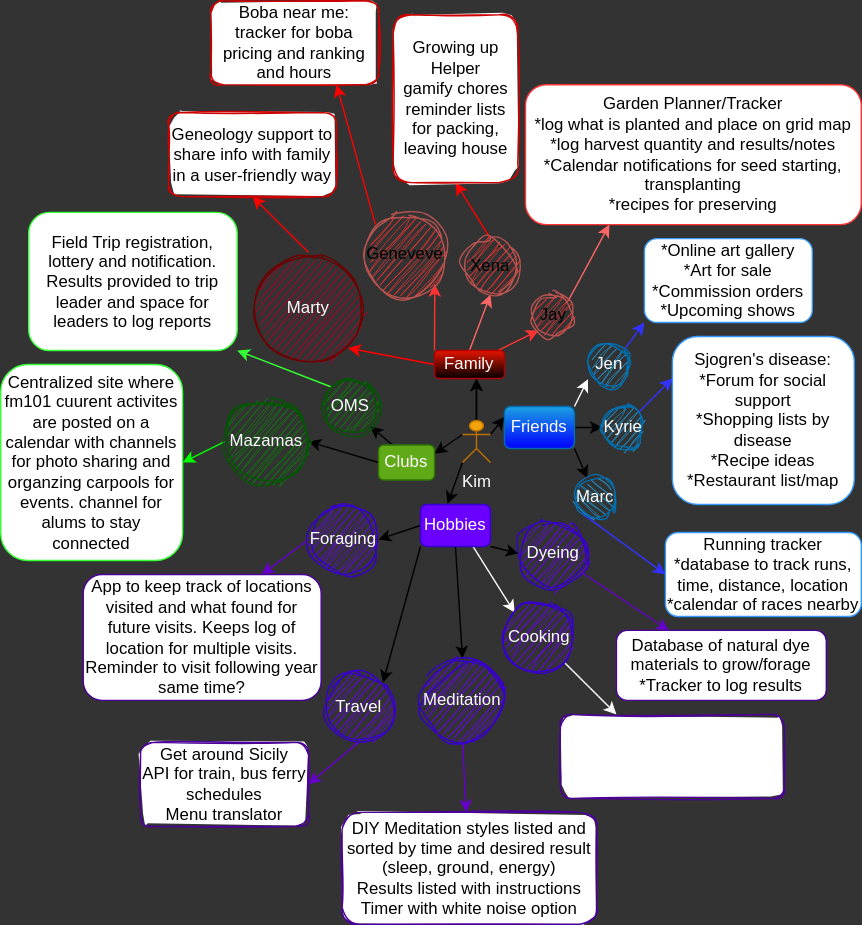
This is idea-board.drawio.svg from kimmykokonut/capstone-idea-board, a draw.io export, as it was before one commit. Source tidied: cells renumbered, new cells last; positions are measured from the earlier drawing's top-left corner, leaving out a move shared by most shapes.
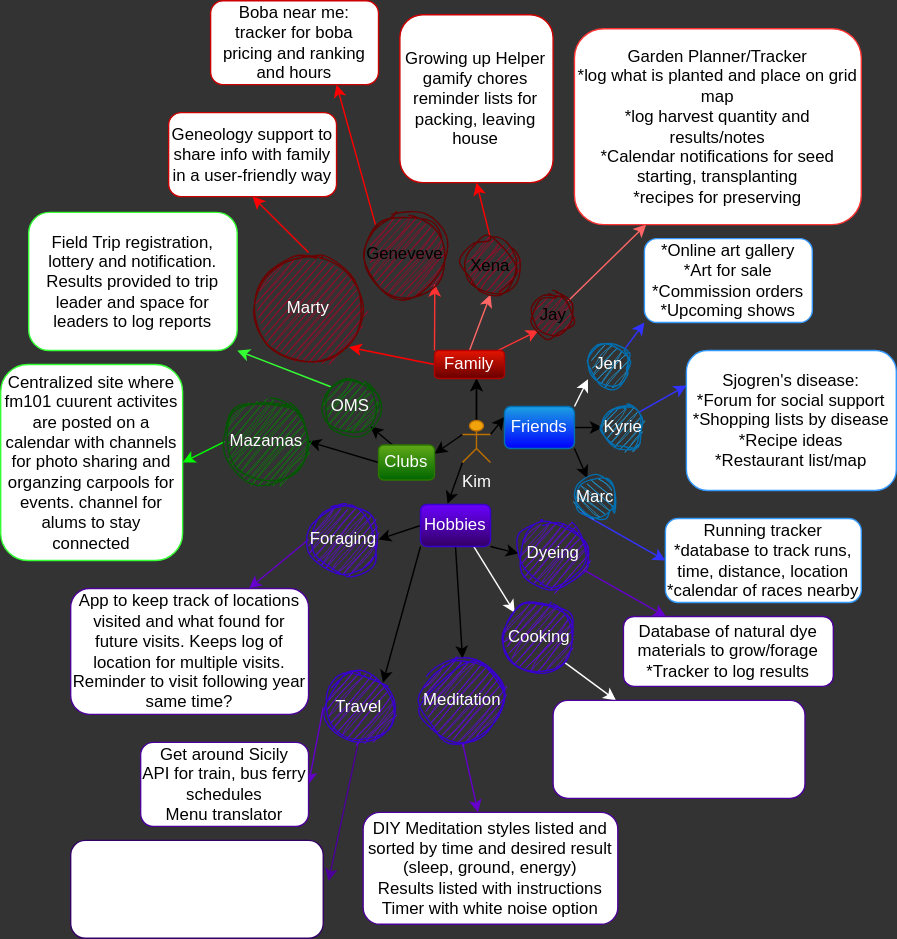
After the commit.

Commit message:
finalized idea board

Diff of the diagram source:
```diff
@@ -33,7 +33,7 @@
     <mxCell id="10" style="edgeStyle=none;rounded=1;html=1;exitX=0;exitY=0.5;exitDx=0;exitDy=0;entryX=1;entryY=0.5;entryDx=0;entryDy=0;" parent="1" edge="1" source="11" target="46">
       <mxGeometry relative="1" as="geometry" />
     </mxCell>
-    <mxCell id="11" value="Clubs" style="rounded=1;whiteSpace=wrap;html=1;fillColor=#60a917;strokeColor=#2D7600;fontColor=#ffffff;gradientColor=none;" parent="1" vertex="1">
+    <mxCell id="11" value="Clubs" style="rounded=1;whiteSpace=wrap;html=1;fillColor=#60a917;strokeColor=#2D7600;fontColor=#ffffff;gradientColor=#006600;" parent="1" vertex="1">
       <mxGeometry x="270" y="317.5" width="40" height="25" as="geometry" />
     </mxCell>
     <mxCell id="12" style="edgeStyle=none;rounded=1;html=1;exitX=0;exitY=0.5;exitDx=0;exitDy=0;entryX=1;entryY=0.5;entryDx=0;entryDy=0;" parent="1" edge="1" source="17" target="48">
@@ -48,10 +48,12 @@
     <mxCell id="15" style="edgeStyle=none;rounded=1;html=1;exitX=1;exitY=1;exitDx=0;exitDy=0;entryX=0;entryY=0.5;entryDx=0;entryDy=0;" parent="1" edge="1" source="17" target="51">
       <mxGeometry relative="1" as="geometry" />
     </mxCell>
-    <mxCell id="16" style="edgeStyle=none;rounded=1;html=1;exitX=0.75;exitY=1;exitDx=0;exitDy=0;entryX=0;entryY=0;entryDx=0;entryDy=0;strokeColor=#FFFFFF;fontColor=#FFFFFF;" parent="1" edge="1" source="17" target="67">
-      <mxGeometry relative="1" as="geometry" />
+    <mxCell id="16" style="edgeStyle=none;rounded=1;html=1;entryX=0;entryY=0;entryDx=0;entryDy=0;strokeColor=#FFFFFF;fontColor=#FFFFFF;" parent="1" edge="1" target="67">
+      <mxGeometry relative="1" as="geometry">
+        <mxPoint x="338" y="390" as="sourcePoint" />
+      </mxGeometry>
     </mxCell>
-    <mxCell id="17" value="Hobbies" style="rounded=1;whiteSpace=wrap;html=1;fillColor=#6a00ff;fontColor=#ffffff;strokeColor=#3700CC;shadow=0;glass=0;" parent="1" vertex="1">
+    <mxCell id="17" value="Hobbies" style="rounded=1;whiteSpace=wrap;html=1;fillColor=#6a00ff;fontColor=#ffffff;strokeColor=#3700CC;shadow=0;glass=0;gradientColor=#330066;" parent="1" vertex="1">
       <mxGeometry x="300" y="360" width="50" height="30" as="geometry" />
     </mxCell>
     <mxCell id="18" style="edgeStyle=none;html=1;exitX=1;exitY=0;exitDx=0;exitDy=0;entryX=-0.011;entryY=0.852;entryDx=0;entryDy=0;entryPerimeter=0;strokeColor=#FFFFFF;rounded=1;" parent="1" edge="1" source="21" target="28">
@@ -78,7 +80,7 @@
     <mxCell id="25" style="edgeStyle=none;rounded=1;html=1;exitX=0;exitY=0.5;exitDx=0;exitDy=0;entryX=1;entryY=1;entryDx=0;entryDy=0;strokeColor=#FF0000;" parent="1" edge="1" source="26" target="64">
       <mxGeometry relative="1" as="geometry" />
     </mxCell>
-    <mxCell id="26" value="Family" style="rounded=1;whiteSpace=wrap;html=1;fillColor=#e51400;fontColor=#ffffff;strokeColor=#B20000;gradientColor=default;" parent="1" vertex="1">
+    <mxCell id="26" value="Family" style="rounded=1;whiteSpace=wrap;html=1;fillColor=#e51400;fontColor=#ffffff;strokeColor=#B20000;gradientColor=#660000;" parent="1" vertex="1">
       <mxGeometry x="310" y="250" width="50" height="20" as="geometry" />
     </mxCell>
     <mxCell id="27" style="edgeStyle=none;html=1;exitX=1;exitY=0;exitDx=0;exitDy=0;entryX=0;entryY=1;entryDx=0;entryDy=0;strokeColor=#3333FF;rounded=1;" parent="1" edge="1" source="28" target="33">
@@ -103,30 +105,30 @@
       <mxGeometry x="460" y="170" width="120" height="60" as="geometry" />
     </mxCell>
     <mxCell id="34" value="Sjogren's disease:&lt;br&gt;*Forum for social support&lt;br&gt;*Shopping lists by disease&lt;br&gt;*Recipe ideas&lt;br&gt;*Restaurant list/map" style="rounded=1;whiteSpace=wrap;html=1;strokeColor=#3399FF;" parent="1" vertex="1">
-      <mxGeometry x="480" y="240" width="130" height="120" as="geometry" />
+      <mxGeometry x="490" y="250" width="150" height="100" as="geometry" />
     </mxCell>
     <mxCell id="35" value="Running tracker&lt;br&gt;*database to track runs, time, distance, location&lt;br&gt;*calendar of races nearby&lt;br&gt;" style="rounded=1;whiteSpace=wrap;html=1;strokeColor=#3399FF;" parent="1" vertex="1">
-      <mxGeometry x="475" y="380" width="140" height="60" as="geometry" />
+      <mxGeometry x="475" y="370" width="140" height="60" as="geometry" />
     </mxCell>
     <mxCell id="36" style="edgeStyle=none;html=1;exitX=1;exitY=0;exitDx=0;exitDy=0;entryX=0.25;entryY=1;entryDx=0;entryDy=0;strokeColor=#FF6666;rounded=1;" parent="1" edge="1" source="37" target="38">
       <mxGeometry relative="1" as="geometry" />
     </mxCell>
-    <mxCell id="37" value="Jay" style="ellipse;whiteSpace=wrap;html=1;fillColor=#FF3333;strokeColor=#b85450;gradientColor=none;rounded=1;sketch=1;curveFitting=1;jiggle=2;" parent="1" vertex="1">
+    <mxCell id="37" value="Jay" style="ellipse;whiteSpace=wrap;html=1;fillColor=#B50029;strokeColor=#660000;gradientColor=none;rounded=1;sketch=1;curveFitting=1;jiggle=2;" parent="1" vertex="1">
       <mxGeometry x="380" y="210" width="30" height="30" as="geometry" />
     </mxCell>
     <mxCell id="38" value="Garden Planner/Tracker&lt;br&gt;*log what is planted and place on grid map&lt;br&gt;*log harvest quantity and results/notes&lt;br&gt;*Calendar notifications for seed starting, transplanting&lt;br&gt;*recipes for preserving&lt;br&gt;" style="rounded=1;whiteSpace=wrap;html=1;strokeColor=#FF3333;" parent="1" vertex="1">
-      <mxGeometry x="375" y="60" width="240" height="100" as="geometry" />
+      <mxGeometry x="410" y="20" width="205" height="140" as="geometry" />
     </mxCell>
     <mxCell id="39" style="edgeStyle=none;rounded=1;html=1;exitX=0.5;exitY=0;exitDx=0;exitDy=0;entryX=0.5;entryY=1;entryDx=0;entryDy=0;strokeColor=#FF0000;" parent="1" edge="1" source="40" target="59">
       <mxGeometry relative="1" as="geometry" />
     </mxCell>
-    <mxCell id="40" value="Xena" style="ellipse;whiteSpace=wrap;html=1;labelBackgroundColor=none;labelBorderColor=none;gradientColor=none;fillColor=#FF3333;strokeColor=#b85450;rounded=1;sketch=1;curveFitting=1;jiggle=2;" parent="1" vertex="1">
+    <mxCell id="40" value="Xena" style="ellipse;whiteSpace=wrap;html=1;labelBackgroundColor=none;labelBorderColor=none;gradientColor=none;fillColor=#B50029;strokeColor=#660000;rounded=1;sketch=1;curveFitting=1;jiggle=2;" parent="1" vertex="1">
       <mxGeometry x="330" y="170" width="40" height="40" as="geometry" />
     </mxCell>
     <mxCell id="41" style="edgeStyle=none;rounded=1;html=1;exitX=0;exitY=0;exitDx=0;exitDy=0;entryX=0.75;entryY=1;entryDx=0;entryDy=0;strokeColor=#FF0000;" parent="1" edge="1" source="42" target="62">
       <mxGeometry relative="1" as="geometry" />
     </mxCell>
-    <mxCell id="42" value="Geneveve" style="ellipse;whiteSpace=wrap;html=1;labelBackgroundColor=none;labelBorderColor=none;gradientColor=none;fillColor=#FF3333;strokeColor=#b85450;rounded=1;sketch=1;curveFitting=1;jiggle=2;" parent="1" vertex="1">
+    <mxCell id="42" value="Geneveve" style="ellipse;whiteSpace=wrap;html=1;labelBackgroundColor=none;labelBorderColor=none;gradientColor=none;fillColor=#B50029;strokeColor=#660000;rounded=1;sketch=1;curveFitting=1;jiggle=2;" parent="1" vertex="1">
       <mxGeometry x="259" y="151.2" width="60" height="60" as="geometry" />
     </mxCell>
     <mxCell id="43" style="edgeStyle=none;rounded=1;html=1;exitX=0;exitY=0;exitDx=0;exitDy=0;entryX=1;entryY=1;entryDx=0;entryDy=0;strokeColor=#33FF33;" parent="1" edge="1" source="44" target="60">
@@ -156,29 +158,32 @@
     <mxCell id="51" value="Dyeing" style="ellipse;whiteSpace=wrap;html=1;labelBackgroundColor=none;labelBorderColor=none;strokeColor=#3700CC;fillColor=#6a00ff;fontColor=#ffffff;rounded=1;sketch=1;curveFitting=1;jiggle=2;" parent="1" vertex="1">
       <mxGeometry x="370" y="370" width="50" height="50" as="geometry" />
     </mxCell>
-    <mxCell id="52" style="edgeStyle=none;rounded=1;html=1;exitX=0.5;exitY=1;exitDx=0;exitDy=0;entryX=1;entryY=0.5;entryDx=0;entryDy=0;strokeColor=#6600CC;" parent="1" edge="1" source="53" target="57">
+    <mxCell id="52" style="edgeStyle=none;rounded=1;html=1;exitX=0;exitY=0.5;exitDx=0;exitDy=0;entryX=1;entryY=0.5;entryDx=0;entryDy=0;strokeColor=#6600CC;" parent="1" edge="1" source="53" target="57">
       <mxGeometry relative="1" as="geometry" />
     </mxCell>
+    <mxCell id="69" style="edgeStyle=none;rounded=1;html=1;exitX=0.5;exitY=1;exitDx=0;exitDy=0;entryX=1.021;entryY=0.416;entryDx=0;entryDy=0;entryPerimeter=0;strokeColor=#4C0099;fontColor=#FFFFFF;" parent="1" edge="1" source="53" target="70">
+      <mxGeometry relative="1" as="geometry" />
+    </mxCell>
     <mxCell id="53" value="Travel" style="ellipse;whiteSpace=wrap;html=1;labelBackgroundColor=none;labelBorderColor=none;strokeColor=#3700CC;fillColor=#6a00ff;fontColor=#ffffff;rounded=1;sketch=1;curveFitting=1;jiggle=2;" parent="1" vertex="1">
       <mxGeometry x="230.5" y="480" width="50" height="50" as="geometry" />
     </mxCell>
     <mxCell id="54" value="Database of natural dye materials to grow/forage&lt;br&gt;*Tracker to log results" style="rounded=1;whiteSpace=wrap;html=1;labelBackgroundColor=none;labelBorderColor=none;strokeColor=#4C0099;" parent="1" vertex="1">
-      <mxGeometry x="440" y="450" width="150" height="50" as="geometry" />
+      <mxGeometry x="445" y="440" width="150" height="50" as="geometry" />
     </mxCell>
     <mxCell id="55" style="edgeStyle=none;html=1;strokeColor=#6600CC;rounded=1;" parent="1" edge="1" source="51" target="54">
       <mxGeometry relative="1" as="geometry" />
     </mxCell>
-    <mxCell id="56" value="DIY Meditation styles listed and sorted by time and desired result (sleep, ground, energy)&lt;br&gt;Results listed with instructions&lt;br&gt;Timer with white noise option" style="rounded=1;whiteSpace=wrap;html=1;shadow=0;glass=0;sketch=1;strokeColor=#4C0099;gradientColor=none;" parent="1" vertex="1">
-      <mxGeometry x="244" y="580" width="182" height="80" as="geometry" />
+    <mxCell id="56" value="DIY Meditation styles listed and sorted by time and desired result (sleep, ground, energy)&lt;br&gt;Results listed with instructions&lt;br&gt;Timer with white noise option" style="rounded=1;whiteSpace=wrap;html=1;shadow=0;glass=0;strokeColor=#4C0099;gradientColor=none;" parent="1" vertex="1">
+      <mxGeometry x="259" y="580" width="182" height="80" as="geometry" />
     </mxCell>
-    <mxCell id="57" value="Get around Sicily&lt;br&gt;API for train, bus ferry schedules&lt;br&gt;Menu translator" style="rounded=1;whiteSpace=wrap;html=1;shadow=0;glass=0;sketch=1;strokeColor=#4C0099;gradientColor=none;" parent="1" vertex="1">
+    <mxCell id="57" value="Get around Sicily&lt;br&gt;API for train, bus ferry schedules&lt;br&gt;Menu translator" style="rounded=1;whiteSpace=wrap;html=1;shadow=0;glass=0;strokeColor=#4C0099;gradientColor=none;" parent="1" vertex="1">
       <mxGeometry x="100" y="530" width="120" height="60" as="geometry" />
     </mxCell>
     <mxCell id="58" value="App to keep track of locations visited and what found for future visits. Keeps log of location for multiple visits. Reminder to visit following year same time?" style="rounded=1;whiteSpace=wrap;html=1;shadow=0;glass=0;strokeColor=#4C0099;gradientColor=none;" parent="1" vertex="1">
-      <mxGeometry x="59" y="410" width="170" height="90" as="geometry" />
+      <mxGeometry x="50" y="420" width="170" height="90" as="geometry" />
     </mxCell>
-    <mxCell id="59" value="Growing up Helper&lt;br&gt;gamify chores&lt;br&gt;reminder lists for packing, leaving house" style="rounded=1;whiteSpace=wrap;html=1;shadow=0;glass=0;sketch=1;strokeColor=#CC0000;gradientColor=none;" parent="1" vertex="1">
-      <mxGeometry x="280.5" y="10" width="89" height="120" as="geometry" />
+    <mxCell id="59" value="Growing up Helper&lt;br&gt;gamify chores&lt;br&gt;reminder lists for packing, leaving house" style="rounded=1;whiteSpace=wrap;html=1;shadow=0;glass=0;strokeColor=#CC0000;gradientColor=none;" parent="1" vertex="1">
+      <mxGeometry x="285.2" y="10" width="109.5" height="120" as="geometry" />
     </mxCell>
     <mxCell id="60" value="Field Trip registration, lottery and notification. Results provided to trip leader and space for leaders to log reports" style="rounded=1;whiteSpace=wrap;html=1;shadow=0;glass=0;strokeColor=#33FF33;gradientColor=none;" parent="1" vertex="1">
       <mxGeometry x="20" y="151.2" width="149" height="98.8" as="geometry" />
@@ -186,7 +191,7 @@
     <mxCell id="61" value="Centralized site where fm101 cuurent activites are posted on a calendar with channels for photo sharing and organzing carpools for events. channel for alums to stay connected" style="rounded=1;whiteSpace=wrap;html=1;shadow=0;glass=0;strokeColor=#33FF33;gradientColor=none;" parent="1" vertex="1">
       <mxGeometry y="260" width="130" height="140" as="geometry" />
     </mxCell>
-    <mxCell id="62" value="Boba near me: tracker for boba pricing and ranking and hours" style="rounded=1;whiteSpace=wrap;html=1;shadow=0;glass=0;sketch=1;strokeColor=#CC0000;gradientColor=none;fillColor=default;" parent="1" vertex="1">
+    <mxCell id="62" value="Boba near me: tracker for boba pricing and ranking and hours" style="rounded=1;whiteSpace=wrap;html=1;shadow=0;glass=0;strokeColor=#CC0000;gradientColor=none;fillColor=default;" parent="1" vertex="1">
       <mxGeometry x="150" width="120" height="60" as="geometry" />
     </mxCell>
     <mxCell id="63" style="edgeStyle=none;rounded=1;html=1;exitX=0.5;exitY=0;exitDx=0;exitDy=0;entryX=0.5;entryY=1;entryDx=0;entryDy=0;strokeColor=#FF0000;" parent="1" edge="1" source="64" target="65">
@@ -195,7 +200,7 @@
     <mxCell id="64" value="Marty" style="ellipse;whiteSpace=wrap;html=1;rounded=1;shadow=0;glass=0;sketch=1;strokeColor=#6F0000;fillColor=#B50029;fontColor=#ffffff;" parent="1" vertex="1">
       <mxGeometry x="180" y="180" width="80" height="80" as="geometry" />
     </mxCell>
-    <mxCell id="65" value="Geneology support to share info with family in a user-friendly way" style="rounded=1;whiteSpace=wrap;html=1;shadow=0;glass=0;sketch=1;strokeColor=#CC0000;fillColor=default;gradientColor=none;" parent="1" vertex="1">
+    <mxCell id="65" value="Geneology support to share info with family in a user-friendly way" style="rounded=1;whiteSpace=wrap;html=1;shadow=0;glass=0;strokeColor=#CC0000;fillColor=default;gradientColor=none;" parent="1" vertex="1">
       <mxGeometry x="120" y="80" width="120" height="60" as="geometry" />
     </mxCell>
     <mxCell id="66" style="edgeStyle=none;rounded=1;html=1;exitX=1;exitY=1;exitDx=0;exitDy=0;entryX=0.25;entryY=0;entryDx=0;entryDy=0;strokeColor=#FFFFFF;fontColor=#FFFFFF;" parent="1" edge="1" source="67" target="68">
@@ -204,8 +209,11 @@
     <mxCell id="67" value="Cooking" style="ellipse;whiteSpace=wrap;html=1;rounded=1;shadow=0;glass=0;labelBackgroundColor=none;sketch=1;fillColor=#6a00ff;fontColor=#ffffff;strokeColor=#3700CC;curveFitting=1;jiggle=2;" parent="1" vertex="1">
       <mxGeometry x="360" y="430" width="50" height="50" as="geometry" />
     </mxCell>
-    <mxCell id="68" value="Favorite recipe database searchable by ingredient and shopping list builder with meal planning. ratable, notes" style="rounded=1;whiteSpace=wrap;html=1;shadow=0;glass=0;labelBackgroundColor=none;sketch=1;strokeColor=#4C0099;fontColor=#FFFFFF;fillColor=default;gradientColor=none;" parent="1" vertex="1">
-      <mxGeometry x="400" y="510" width="160" height="60" as="geometry" />
+    <mxCell id="68" value="Favorite recipe database searchable by ingredient and shopping list builder with meal planning. ratable, notes" style="rounded=1;whiteSpace=wrap;html=1;shadow=0;glass=0;labelBackgroundColor=none;strokeColor=#4C0099;fontColor=#FFFFFF;fillColor=default;gradientColor=none;" parent="1" vertex="1">
+      <mxGeometry x="394.8" y="500" width="180" height="70" as="geometry" />
     </mxCell>
+    <mxCell id="70" value="Campground cancellation alert system.&amp;nbsp; Text alert user when there is a campsite cancellation&amp;nbsp; at their desired location.&lt;br&gt;" style="rounded=1;whiteSpace=wrap;html=1;shadow=0;glass=0;labelBackgroundColor=none;sketch=0;strokeColor=#330066;fontColor=#FFFFFF;fillColor=default;gradientColor=none;" parent="1" vertex="1">
+      <mxGeometry x="50" y="600" width="180.5" height="70" as="geometry" />
+    </mxCell>
   </root>
 </mxGraphModel>
```
